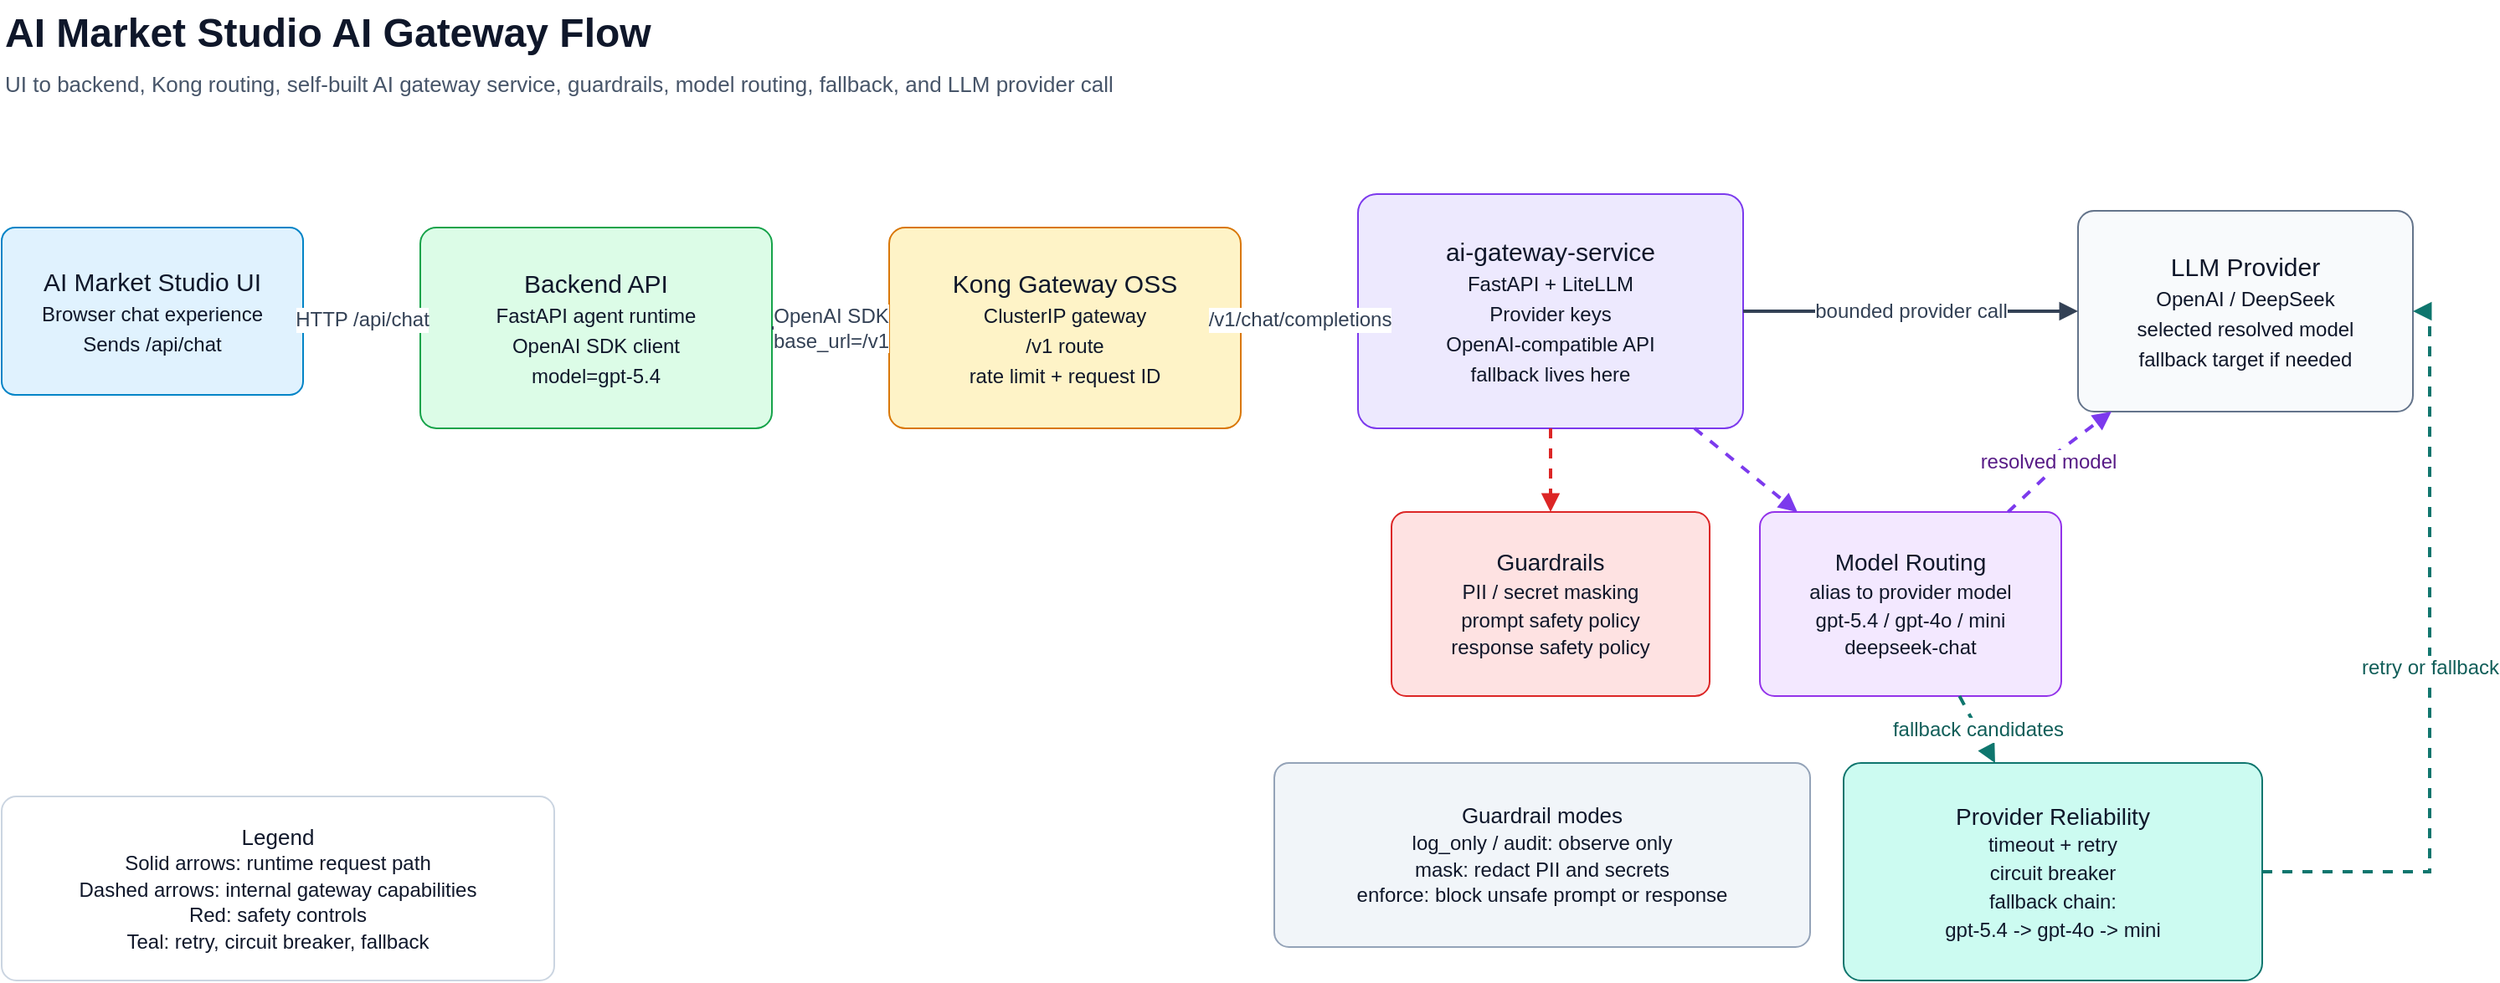
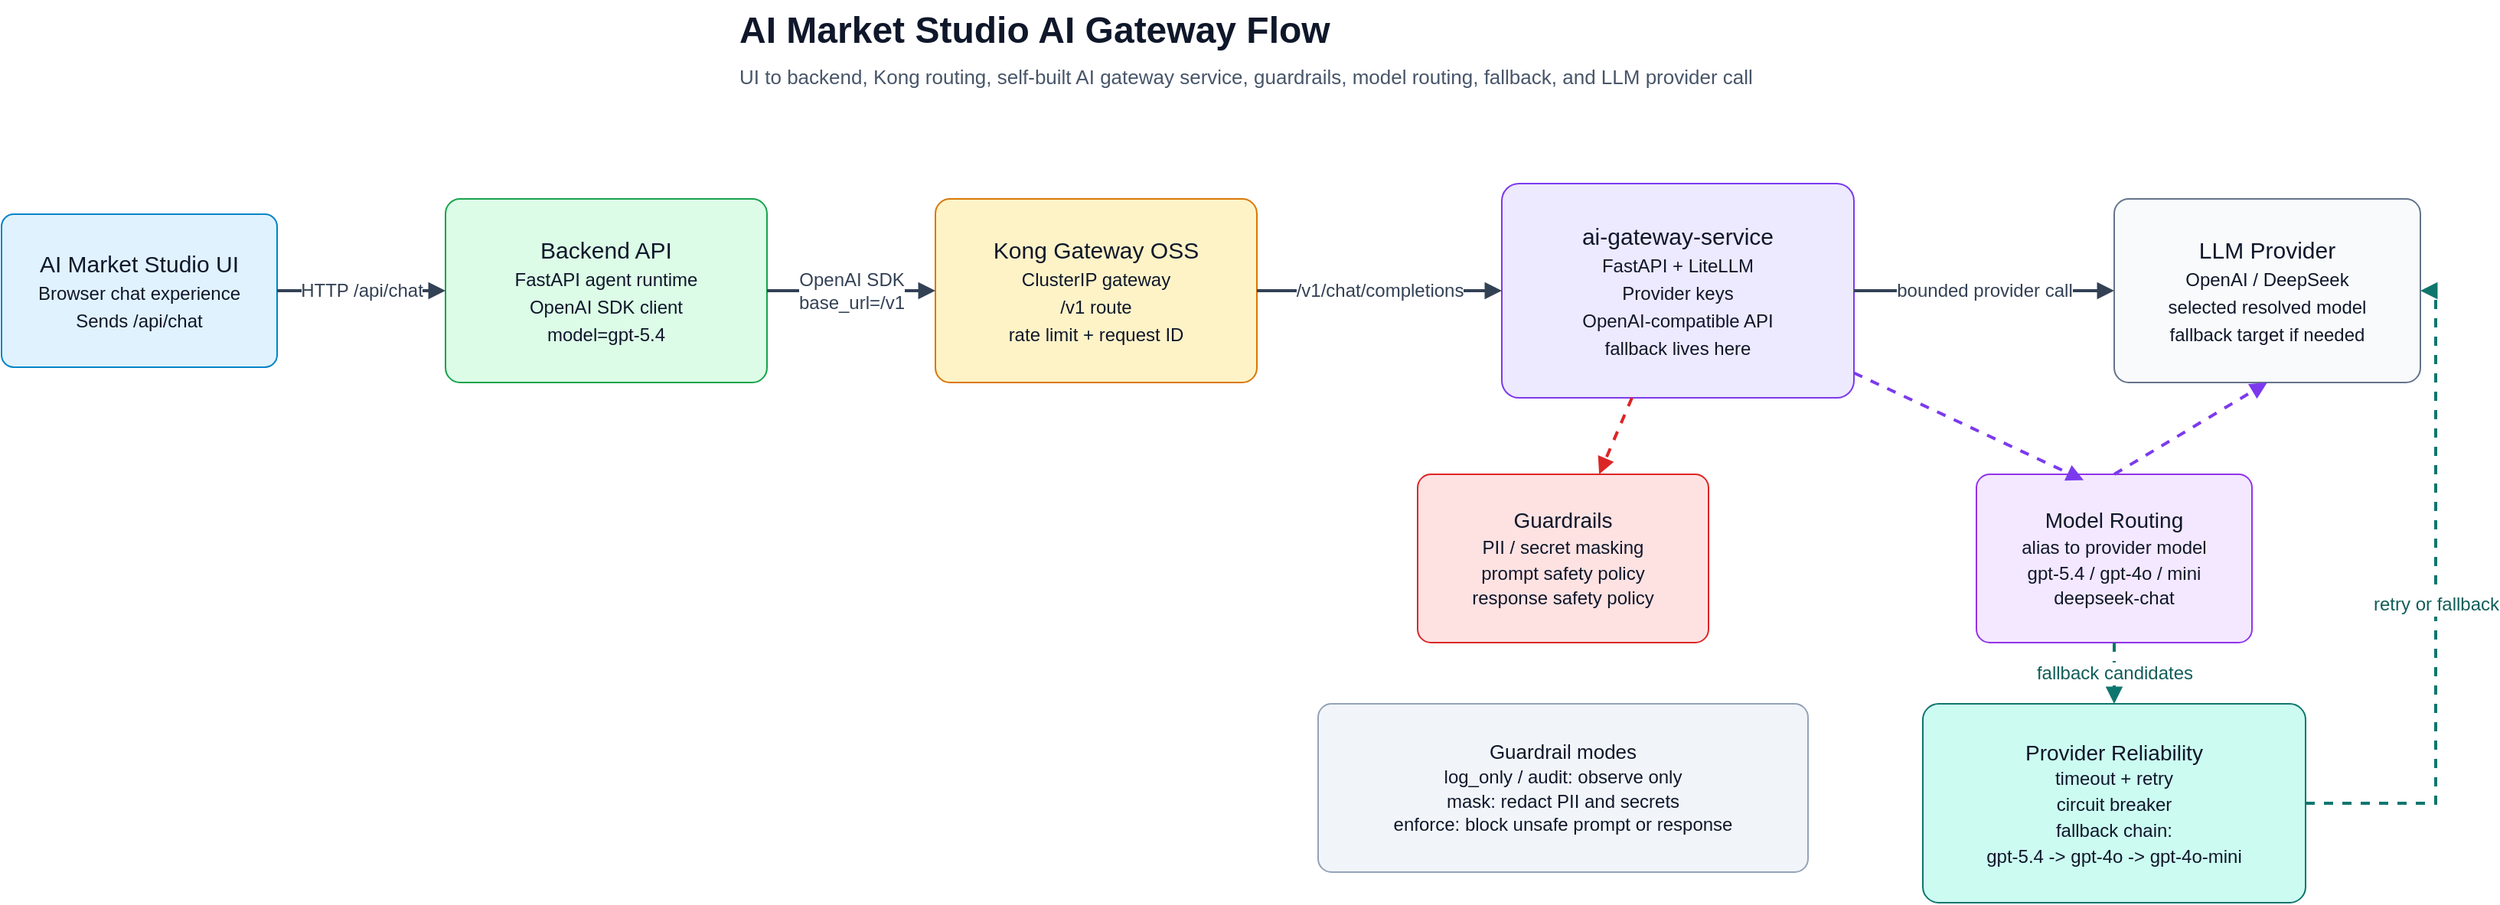
<mxfile host="Electron" agent="Mozilla/5.0 (Windows NT 10.0; Win64; x64) AppleWebKit/537.36 (KHTML, like Gecko) draw.io/29.6.6 Chrome/144.0.7559.236 Electron/40.8.4 Safari/537.36" version="29.6.6">
-   <diagram id="d1o7QJQkpr1m-Xnipkdr" name="第 1 页">
-     <mxGraphModel dx="1389" dy="845" grid="1" gridSize="10" guides="1" tooltips="1" connect="1" arrows="1" fold="1" page="1" pageScale="1" pageWidth="1600" pageHeight="760" math="0" shadow="0">
+   <diagram id="d1o7QJQkpr1m-Xnipkdr" name="AI Gateway Flow">
+     <mxGraphModel dx="3487" dy="971" grid="1" gridSize="10" guides="1" tooltips="1" connect="1" arrows="1" fold="1" page="1" pageScale="1" pageWidth="1600" pageHeight="760" math="0" shadow="0">
      <root>
        <mxCell id="0" />
        <mxCell id="1" parent="0" />
        <mxCell id="title" parent="1" style="text;html=1;strokeColor=none;fillColor=none;align=left;verticalAlign=middle;whiteSpace=wrap;rounded=0;fontSize=24;fontStyle=1;fontColor=#0f172a;" value="AI Market Studio AI Gateway Flow" vertex="1">
-           <mxGeometry height="40" width="560" x="40" y="24" as="geometry" />
+           <mxGeometry height="40" width="560" x="380" y="20" as="geometry" />
        </mxCell>
        <mxCell id="subtitle" parent="1" style="text;html=1;strokeColor=none;fillColor=none;align=left;verticalAlign=middle;whiteSpace=wrap;rounded=0;fontSize=13;fontColor=#475569;" value="UI to backend, Kong routing, self-built AI gateway service, guardrails, model routing, fallback, and LLM provider call" vertex="1">
-           <mxGeometry height="28" width="840" x="40" y="60" as="geometry" />
+           <mxGeometry height="28" width="840" x="380" y="56" as="geometry" />
        </mxCell>
        <mxCell id="ui" parent="1" style="rounded=1;whiteSpace=wrap;html=1;arcSize=8;fillColor=#e0f2fe;strokeColor=#0284c7;fontColor=#0f172a;fontSize=15;spacing=10;" value="AI Market Studio UI&lt;br&gt;&lt;font style=&quot;font-size: 12px;&quot;&gt;Browser chat experience&lt;br&gt;Sends /api/chat&lt;/font&gt;" vertex="1">
-           <mxGeometry height="100" width="180" x="40" y="160" as="geometry" />
+           <mxGeometry height="100" width="180" x="-100" y="160" as="geometry" />
        </mxCell>
        <mxCell id="backend" parent="1" style="rounded=1;whiteSpace=wrap;html=1;arcSize=8;fillColor=#dcfce7;strokeColor=#16a34a;fontColor=#0f172a;fontSize=15;spacing=10;" value="Backend API&lt;br&gt;&lt;font style=&quot;font-size: 12px;&quot;&gt;FastAPI agent runtime&lt;br&gt;OpenAI SDK client&lt;br&gt;model=gpt-5.4&lt;/font&gt;" vertex="1">
-           <mxGeometry height="120" width="210" x="290" y="160" as="geometry" />
+           <mxGeometry height="120" width="210" x="190" y="150" as="geometry" />
        </mxCell>
        <mxCell id="kong" parent="1" style="rounded=1;whiteSpace=wrap;html=1;arcSize=8;fillColor=#fef3c7;strokeColor=#d97706;fontColor=#0f172a;fontSize=15;spacing=10;" value="Kong Gateway OSS&lt;br&gt;&lt;font style=&quot;font-size: 12px;&quot;&gt;ClusterIP gateway&lt;br&gt;/v1 route&lt;br&gt;rate limit + request ID&lt;/font&gt;" vertex="1">
-           <mxGeometry height="120" width="210" x="570" y="160" as="geometry" />
+           <mxGeometry height="120" width="210" x="510" y="150" as="geometry" />
        </mxCell>
        <mxCell id="gateway" parent="1" style="rounded=1;whiteSpace=wrap;html=1;arcSize=8;fillColor=#ede9fe;strokeColor=#7c3aed;fontColor=#0f172a;fontSize=15;spacing=10;" value="ai-gateway-service&lt;br&gt;&lt;font style=&quot;font-size: 12px;&quot;&gt;FastAPI + LiteLLM&lt;br&gt;Provider keys&lt;br&gt;OpenAI-compatible API&lt;br&gt;fallback lives here&lt;/font&gt;" vertex="1">
-           <mxGeometry height="140" width="230" x="850" y="140" as="geometry" />
+           <mxGeometry height="140" width="230" x="880" y="140" as="geometry" />
        </mxCell>
        <mxCell id="guardrails" parent="1" style="rounded=1;whiteSpace=wrap;html=1;arcSize=8;fillColor=#fee2e2;strokeColor=#dc2626;fontColor=#0f172a;fontSize=14;spacing=10;" value="Guardrails&lt;br&gt;&lt;font style=&quot;font-size: 12px;&quot;&gt;PII / secret masking&lt;br&gt;prompt safety policy&lt;br&gt;response safety policy&lt;/font&gt;" vertex="1">
-           <mxGeometry height="110" width="190" x="870" y="330" as="geometry" />
+           <mxGeometry height="110" width="190" x="825" y="330" as="geometry" />
        </mxCell>
        <mxCell id="routing" parent="1" style="rounded=1;whiteSpace=wrap;html=1;arcSize=8;fillColor=#f3e8ff;strokeColor=#9333ea;fontColor=#0f172a;fontSize=14;spacing=10;" value="Model Routing&lt;br&gt;&lt;font style=&quot;font-size: 12px;&quot;&gt;alias to provider model&lt;br&gt;gpt-5.4 / gpt-4o / mini&lt;br&gt;deepseek-chat&lt;/font&gt;" vertex="1">
-           <mxGeometry height="110" width="180" x="1090" y="330" as="geometry" />
+           <mxGeometry height="110" width="180" x="1190" y="330" as="geometry" />
        </mxCell>
-         <mxCell id="reliability" parent="1" style="rounded=1;whiteSpace=wrap;html=1;arcSize=8;fillColor=#ccfbf1;strokeColor=#0f766e;fontColor=#0f172a;fontSize=14;spacing=10;" value="Provider Reliability&lt;br&gt;&lt;font style=&quot;font-size: 12px;&quot;&gt;timeout + retry&lt;br&gt;circuit breaker&lt;br&gt;fallback chain:&lt;br&gt;gpt-5.4 -&gt; gpt-4o -&gt; mini&lt;/font&gt;" vertex="1">
-           <mxGeometry height="130" width="250" x="1140" y="480" as="geometry" />
+         <mxCell id="reliability" parent="1" style="rounded=1;whiteSpace=wrap;html=1;arcSize=8;fillColor=#ccfbf1;strokeColor=#0f766e;fontColor=#0f172a;fontSize=14;spacing=10;" value="Provider Reliability&lt;br&gt;&lt;font style=&quot;font-size: 12px;&quot;&gt;timeout + retry&lt;br&gt;circuit breaker&lt;br&gt;fallback chain:&lt;br&gt;gpt-5.4 -&amp;gt; gpt-4o -&amp;gt; gpt-4o-mini&lt;/font&gt;" vertex="1">
+           <mxGeometry height="130" width="250" x="1155" y="480" as="geometry" />
        </mxCell>
        <mxCell id="provider" parent="1" style="rounded=1;whiteSpace=wrap;html=1;arcSize=8;fillColor=#f8fafc;strokeColor=#64748b;fontColor=#0f172a;fontSize=15;spacing=10;" value="LLM Provider&lt;br&gt;&lt;font style=&quot;font-size: 12px;&quot;&gt;OpenAI / DeepSeek&lt;br&gt;selected resolved model&lt;br&gt;fallback target if needed&lt;/font&gt;" vertex="1">
          <mxGeometry height="120" width="200" x="1280" y="150" as="geometry" />
        </mxCell>
        <mxCell id="note" parent="1" style="rounded=1;whiteSpace=wrap;html=1;arcSize=8;fillColor=#f1f5f9;strokeColor=#94a3b8;fontColor=#0f172a;fontSize=13;spacing=10;" value="Guardrail modes&lt;br&gt;&lt;font style=&quot;font-size: 12px;&quot;&gt;log_only / audit: observe only&lt;br&gt;mask: redact PII and secrets&lt;br&gt;enforce: block unsafe prompt or response&lt;/font&gt;" vertex="1">
-           <mxGeometry height="110" width="320" x="800" y="480" as="geometry" />
-         </mxCell>
-         <mxCell id="legend" parent="1" style="rounded=1;whiteSpace=wrap;html=1;arcSize=8;fillColor=#ffffff;strokeColor=#cbd5e1;fontColor=#0f172a;fontSize=13;spacing=10;" value="Legend&lt;br&gt;&lt;font style=&quot;font-size: 12px;&quot;&gt;Solid arrows: runtime request path&lt;br&gt;Dashed arrows: internal gateway capabilities&lt;br&gt;Red: safety controls&lt;br&gt;Teal: retry, circuit breaker, fallback&lt;/font&gt;" vertex="1">
-           <mxGeometry height="110" width="330" x="40" y="500" as="geometry" />
+           <mxGeometry height="110" width="320" x="760" y="480" as="geometry" />
        </mxCell>
        <mxCell id="e1" edge="1" parent="1" source="ui" style="endArrow=block;html=1;rounded=0;strokeWidth=2;strokeColor=#334155;fontSize=12;fontColor=#334155;" target="backend" value="HTTP /api/chat">
          <mxGeometry relative="1" as="geometry" />
        </mxCell>
        <mxCell id="e2" edge="1" parent="1" source="backend" style="endArrow=block;html=1;rounded=0;strokeWidth=2;strokeColor=#334155;fontSize=12;fontColor=#334155;" target="kong" value="OpenAI SDK&lt;br&gt;base_url=/v1">
          <mxGeometry relative="1" as="geometry" />
        </mxCell>
        <mxCell id="e3" edge="1" parent="1" source="kong" style="endArrow=block;html=1;rounded=0;strokeWidth=2;strokeColor=#334155;fontSize=12;fontColor=#334155;" target="gateway" value="/v1/chat/completions">
          <mxGeometry relative="1" as="geometry" />
        </mxCell>
        <mxCell id="e4" edge="1" parent="1" source="gateway" style="endArrow=block;html=1;rounded=0;strokeWidth=2;strokeColor=#334155;fontSize=12;fontColor=#334155;" target="provider" value="bounded provider call">
          <mxGeometry relative="1" as="geometry" />
        </mxCell>
        <mxCell id="e5" edge="1" parent="1" source="gateway" style="endArrow=block;html=1;rounded=0;dashed=1;strokeWidth=2;strokeColor=#dc2626;fontSize=12;fontColor=#991b1b;" target="guardrails" value="">
          <mxGeometry relative="1" as="geometry" />
        </mxCell>
-         <mxCell id="e6" edge="1" parent="1" source="gateway" style="endArrow=block;html=1;rounded=0;dashed=1;strokeWidth=2;strokeColor=#7c3aed;fontSize=12;fontColor=#581c87;" target="routing" value="">
-           <mxGeometry relative="1" as="geometry" />
-         </mxCell>
-         <mxCell id="e7" edge="1" parent="1" source="routing" style="endArrow=block;html=1;rounded=0;dashed=1;strokeWidth=2;strokeColor=#7c3aed;fontSize=12;fontColor=#581c87;" target="provider" value="resolved model">
+         <mxCell id="e6" edge="1" parent="1" source="gateway" style="endArrow=block;html=1;rounded=0;dashed=1;strokeWidth=2;strokeColor=#7c3aed;fontSize=12;fontColor=#581c87;entryX=0.389;entryY=0.035;entryDx=0;entryDy=0;entryPerimeter=0;" target="routing" value="">
          <mxGeometry relative="1" as="geometry">
-             <Array as="points">
-               <mxPoint x="1270" y="300" />
-               <mxPoint x="1260" y="300" />
-             </Array>
+             <mxPoint x="1190" y="330" as="targetPoint" />
          </mxGeometry>
        </mxCell>
        <mxCell id="e8" edge="1" parent="1" source="routing" style="endArrow=block;html=1;rounded=0;dashed=1;strokeWidth=2;strokeColor=#0f766e;fontSize=12;fontColor=#115e59;" target="reliability" value="fallback candidates">
          <mxGeometry relative="1" as="geometry" />
        </mxCell>
        <mxCell id="e9" edge="1" parent="1" source="reliability" style="endArrow=block;html=1;rounded=0;dashed=1;strokeWidth=2;strokeColor=#0f766e;fontSize=12;fontColor=#115e59;" target="provider" value="retry or fallback">
          <mxGeometry relative="1" as="geometry">
            <Array as="points">
              <mxPoint x="1490" y="545" />
              <mxPoint x="1490" y="210" />
            </Array>
          </mxGeometry>
        </mxCell>
+         <mxCell id="8oIVlzFwbt4lqKe2RscR-2" edge="1" parent="1" source="routing" style="endArrow=block;html=1;rounded=0;dashed=1;strokeWidth=2;strokeColor=#7c3aed;fontSize=12;fontColor=#581c87;exitX=0.5;exitY=0;exitDx=0;exitDy=0;entryX=0.5;entryY=1;entryDx=0;entryDy=0;" target="provider" value="">
+           <mxGeometry relative="1" as="geometry">
+             <mxPoint x="1190" y="350" as="sourcePoint" />
+             <mxPoint x="1271" y="400" as="targetPoint" />
+           </mxGeometry>
+         </mxCell>
      </root>
    </mxGraphModel>
  </diagram>
</mxfile>
